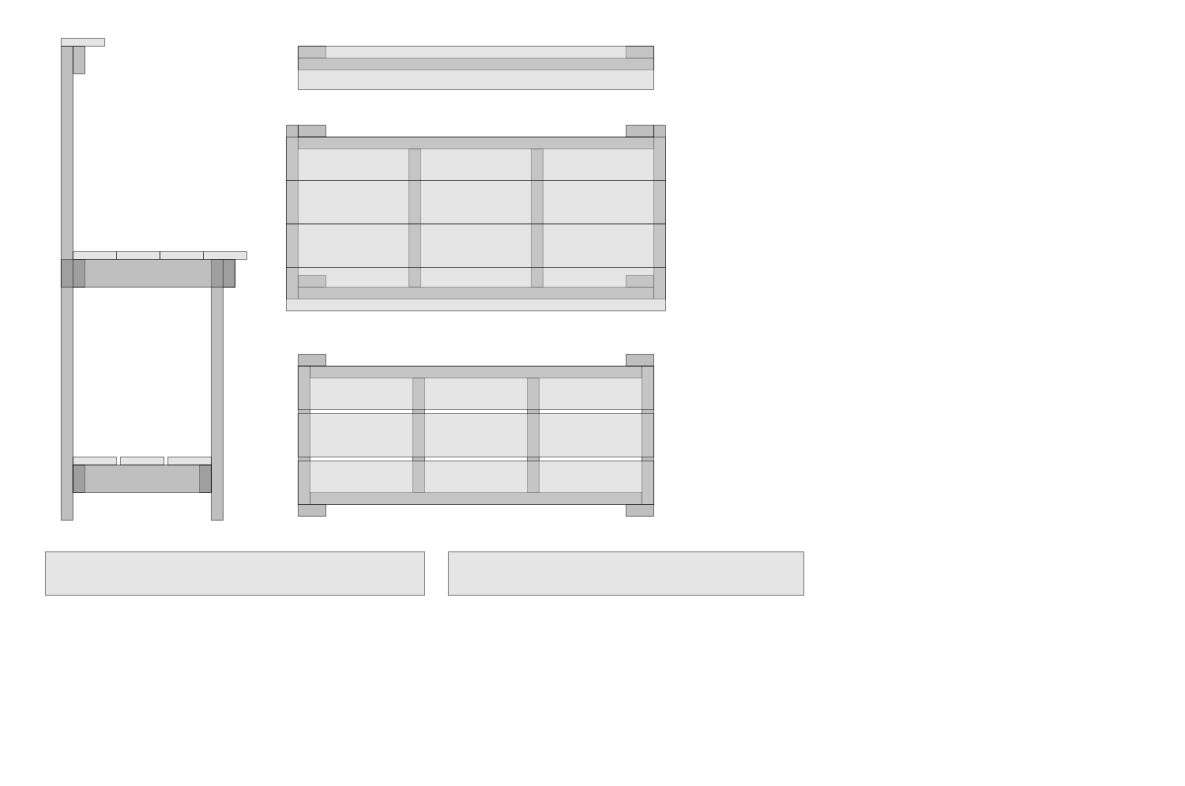
gsteiert/planting-bench keeps this draw.io diagram as plans.drawio. Above is the earlier version. Source tidied: cells renumbered, new cells numbered last; positions are measured from the earlier drawing's top-left corner, leaving out a move shared by most shapes. Both pictures are drawn from the tidied source at 79%, with x=0, y=0 at pixel (45, 38).
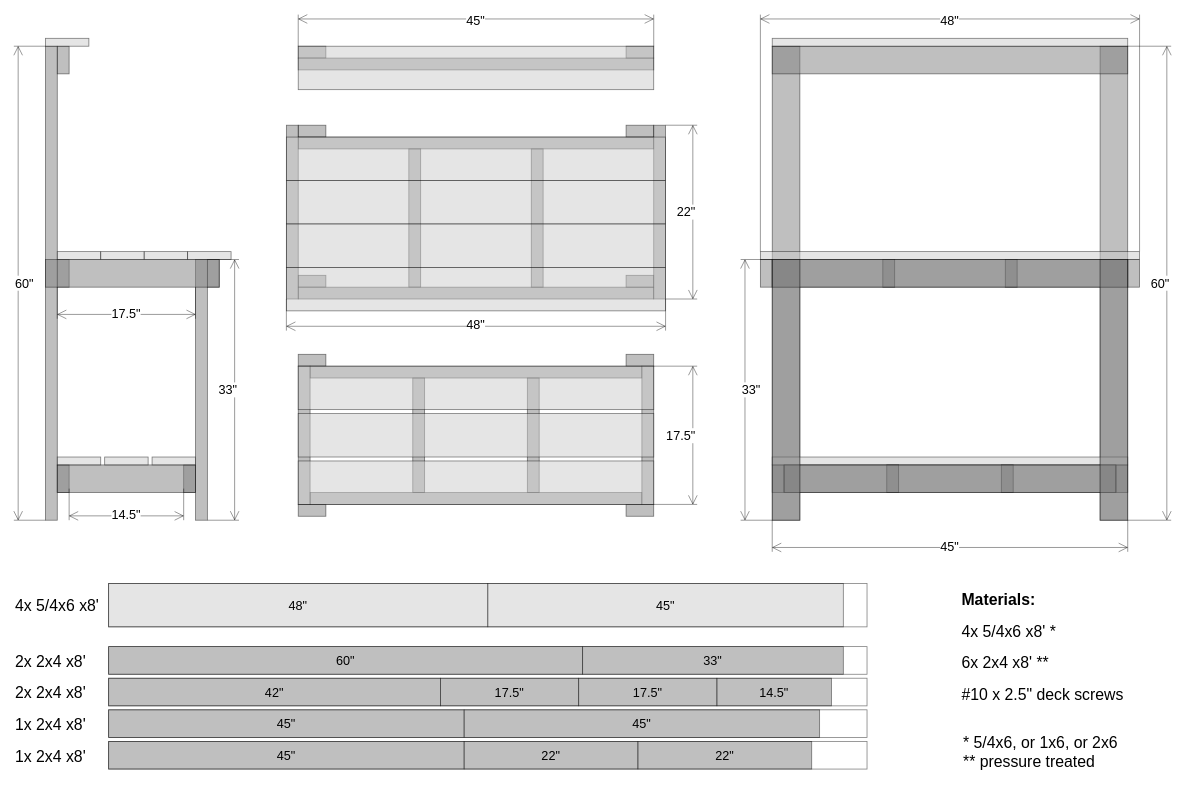
The same page after the edit.

Change to the diagram source:
```diff
@@
+    <mxCell id="52" style="rounded=0;whiteSpace=wrap;html=1;opacity=50;fillColor=#808080;" parent="1" vertex="1">
+      <mxGeometry x="1335" y="10" width="35" height="600" as="geometry" />
+    </mxCell>
+    <mxCell id="53" style="rounded=0;whiteSpace=wrap;html=1;opacity=50;fillColor=#808080;" parent="1" vertex="1">
+      <mxGeometry x="920" y="10" width="35" height="600" as="geometry" />
+    </mxCell>
+    <mxCell id="54" style="rounded=0;whiteSpace=wrap;html=1;opacity=50;fillColor=#808080;" parent="1" vertex="1">
+      <mxGeometry x="935" y="540" width="420" height="35" as="geometry" />
+    </mxCell>
+    <mxCell id="55" style="rounded=0;whiteSpace=wrap;html=1;opacity=50;fillColor=#808080;" parent="1" vertex="1">
+      <mxGeometry x="920" y="280" width="450" height="35" as="geometry" />
+    </mxCell>
     <mxCell id="2" style="rounded=0;whiteSpace=wrap;html=1;opacity=50;fillColor=#808080;" parent="1" vertex="1">
-      <mxGeometry x="20" y="10" width="15" height="600" as="geometry" />
+      <mxGeometry y="10" width="15" height="600" as="geometry" />
     </mxCell>
     <mxCell id="3" style="rounded=0;whiteSpace=wrap;html=1;opacity=50;fillColor=#808080;" parent="1" vertex="1">
-      <mxGeometry x="210" y="280" width="15" height="330" as="geometry" />
+      <mxGeometry x="190" y="280" width="15" height="330" as="geometry" />
     </mxCell>
     <mxCell id="4" style="rounded=0;whiteSpace=wrap;html=1;opacity=50;fillColor=#808080;" parent="1" vertex="1">
-      <mxGeometry x="35" y="10" width="15" height="35" as="geometry" />
+      <mxGeometry x="15" y="10" width="15" height="35" as="geometry" />
     </mxCell>
     <mxCell id="5" style="rounded=0;whiteSpace=wrap;html=1;opacity=50;fillColor=#808080;" parent="1" vertex="1">
-      <mxGeometry x="225" y="280" width="15" height="35" as="geometry" />
+      <mxGeometry x="205" y="280" width="15" height="35" as="geometry" />
     </mxCell>
     <mxCell id="6" style="rounded=0;whiteSpace=wrap;html=1;opacity=50;fillColor=#808080;" parent="1" vertex="1">
-      <mxGeometry x="35" y="280" width="15" height="35" as="geometry" />
+      <mxGeometry x="15" y="280" width="15" height="35" as="geometry" />
     </mxCell>
     <mxCell id="7" style="rounded=0;whiteSpace=wrap;html=1;opacity=50;fillColor=#808080;" parent="1" vertex="1">
-      <mxGeometry x="35" y="540" width="15" height="35" as="geometry" />
+      <mxGeometry x="15" y="540" width="15" height="35" as="geometry" />
     </mxCell>
     <mxCell id="8" style="rounded=0;whiteSpace=wrap;html=1;opacity=50;fillColor=#808080;" parent="1" vertex="1">
-      <mxGeometry x="195" y="540" width="15" height="35" as="geometry" />
+      <mxGeometry x="175" y="540" width="15" height="35" as="geometry" />
     </mxCell>
     <mxCell id="9" style="rounded=0;whiteSpace=wrap;html=1;opacity=50;fillColor=#808080;" parent="1" vertex="1">
-      <mxGeometry x="20" y="280" width="220" height="35" as="geometry" />
+      <mxGeometry y="280" width="220" height="35" as="geometry" />
     </mxCell>
     <mxCell id="10" style="rounded=0;whiteSpace=wrap;html=1;opacity=50;fillColor=#808080;" parent="1" vertex="1">
-      <mxGeometry x="35" y="540" width="175" height="35" as="geometry" />
+      <mxGeometry x="15" y="540" width="175" height="35" as="geometry" />
     </mxCell>
     <mxCell id="11" style="rounded=0;whiteSpace=wrap;html=1;opacity=50;fillColor=#CCCCCC;" parent="1" vertex="1">
-      <mxGeometry x="20" width="55" height="10" as="geometry" />
+      <mxGeometry width="55" height="10" as="geometry" />
     </mxCell>
     <mxCell id="12" style="rounded=0;whiteSpace=wrap;html=1;opacity=50;fillColor=#CCCCCC;" parent="1" vertex="1">
-      <mxGeometry x="35" y="270" width="55" height="10" as="geometry" />
+      <mxGeometry x="15" y="270" width="55" height="10" as="geometry" />
     </mxCell>
     <mxCell id="13" style="rounded=0;whiteSpace=wrap;html=1;opacity=50;fillColor=#CCCCCC;" parent="1" vertex="1">
-      <mxGeometry x="90" y="270" width="55" height="10" as="geometry" />
+      <mxGeometry x="70" y="270" width="55" height="10" as="geometry" />
     </mxCell>
     <mxCell id="14" style="rounded=0;whiteSpace=wrap;html=1;opacity=50;fillColor=#CCCCCC;" parent="1" vertex="1">
-      <mxGeometry x="145" y="270" width="55" height="10" as="geometry" />
+      <mxGeometry x="125" y="270" width="55" height="10" as="geometry" />
     </mxCell>
     <mxCell id="15" style="rounded=0;whiteSpace=wrap;html=1;opacity=50;fillColor=#CCCCCC;" parent="1" vertex="1">
-      <mxGeometry x="200" y="270" width="55" height="10" as="geometry" />
+      <mxGeometry x="180" y="270" width="55" height="10" as="geometry" />
     </mxCell>
     <mxCell id="16" style="rounded=0;whiteSpace=wrap;html=1;opacity=50;fillColor=#CCCCCC;" parent="1" vertex="1">
-      <mxGeometry x="35" y="530" width="55" height="10" as="geometry" />
+      <mxGeometry x="15" y="530" width="55" height="10" as="geometry" />
     </mxCell>
     <mxCell id="17" style="rounded=0;whiteSpace=wrap;html=1;opacity=50;fillColor=#CCCCCC;" parent="1" vertex="1">
-      <mxGeometry x="95" y="530" width="55" height="10" as="geometry" />
+      <mxGeometry x="75" y="530" width="55" height="10" as="geometry" />
     </mxCell>
     <mxCell id="18" style="rounded=0;whiteSpace=wrap;html=1;opacity=50;fillColor=#CCCCCC;" parent="1" vertex="1">
-      <mxGeometry x="155" y="530" width="55" height="10" as="geometry" />
+      <mxGeometry x="135" y="530" width="55" height="10" as="geometry" />
     </mxCell>
@@
+    <mxCell id="56" style="rounded=0;whiteSpace=wrap;html=1;opacity=50;fillColor=#808080;" parent="1" vertex="1">
+      <mxGeometry x="920" y="10" width="450" height="35" as="geometry" />
+    </mxCell>
+    <mxCell id="57" style="rounded=0;whiteSpace=wrap;html=1;opacity=50;fillColor=#808080;" parent="1" vertex="1">
+      <mxGeometry x="1370" y="280" width="15" height="35" as="geometry" />
+    </mxCell>
+    <mxCell id="58" style="rounded=0;whiteSpace=wrap;html=1;opacity=50;fillColor=#808080;" parent="1" vertex="1">
+      <mxGeometry x="905" y="280" width="15" height="35" as="geometry" />
+    </mxCell>
+    <mxCell id="59" style="rounded=0;whiteSpace=wrap;html=1;opacity=50;fillColor=#808080;" parent="1" vertex="1">
+      <mxGeometry x="920" y="540" width="15" height="35" as="geometry" />
+    </mxCell>
+    <mxCell id="60" style="rounded=0;whiteSpace=wrap;html=1;opacity=50;fillColor=#808080;" parent="1" vertex="1">
+      <mxGeometry x="1355" y="540" width="15" height="35" as="geometry" />
+    </mxCell>
+    <mxCell id="61" style="rounded=0;whiteSpace=wrap;html=1;opacity=50;fillColor=#CCCCCC;" parent="1" vertex="1">
+      <mxGeometry x="920" width="450" height="10" as="geometry" />
+    </mxCell>
+    <mxCell id="62" style="rounded=0;whiteSpace=wrap;html=1;opacity=50;fillColor=#CCCCCC;" parent="1" vertex="1">
+      <mxGeometry x="905" y="270" width="480" height="10" as="geometry" />
+    </mxCell>
+    <mxCell id="63" style="rounded=0;whiteSpace=wrap;html=1;opacity=50;fillColor=#CCCCCC;" parent="1" vertex="1">
+      <mxGeometry x="920" y="530" width="450" height="10" as="geometry" />
+    </mxCell>
+    <mxCell id="64" style="rounded=0;whiteSpace=wrap;html=1;opacity=50;fillColor=#808080;" parent="1" vertex="1">
+      <mxGeometry x="1065" y="540" width="15" height="35" as="geometry" />
+    </mxCell>
+    <mxCell id="65" style="rounded=0;whiteSpace=wrap;html=1;opacity=50;fillColor=#808080;" parent="1" vertex="1">
+      <mxGeometry x="1210" y="540" width="15" height="35" as="geometry" />
+    </mxCell>
+    <mxCell id="66" style="rounded=0;whiteSpace=wrap;html=1;opacity=50;fillColor=#808080;" parent="1" vertex="1">
+      <mxGeometry x="1060" y="280" width="15" height="35" as="geometry" />
+    </mxCell>
+    <mxCell id="67" style="rounded=0;whiteSpace=wrap;html=1;opacity=50;fillColor=#808080;" parent="1" vertex="1">
+      <mxGeometry x="1215" y="280" width="15" height="35" as="geometry" />
+    </mxCell>
+    <mxCell id="68" style="rounded=0;whiteSpace=wrap;html=1;opacity=50;fillColor=#808080;" parent="1" vertex="1">
+      <mxGeometry x="920" y="280" width="450" height="35" as="geometry" />
+    </mxCell>
+    <mxCell id="69" style="rounded=0;whiteSpace=wrap;html=1;opacity=50;fillColor=#808080;" parent="1" vertex="1">
+      <mxGeometry x="935" y="540" width="420" height="35" as="geometry" />
+    </mxCell>
+    <mxCell id="70" style="rounded=0;whiteSpace=wrap;html=1;opacity=50;fillColor=#808080;" parent="1" vertex="1">
+      <mxGeometry x="1335" y="280" width="35" height="330" as="geometry" />
+    </mxCell>
+    <mxCell id="71" style="rounded=0;whiteSpace=wrap;html=1;opacity=50;fillColor=#808080;" parent="1" vertex="1">
+      <mxGeometry x="920" y="280" width="35" height="330" as="geometry" />
+    </mxCell>
+    <mxCell id="72" value="Materials:" style="text;html=1;strokeColor=none;fillColor=none;align=left;verticalAlign=middle;whiteSpace=wrap;rounded=0;opacity=50;fontSize=20;fontStyle=1;" parent="1" vertex="1">
+      <mxGeometry x="1157.5" y="690" width="240" height="40" as="geometry" />
+    </mxCell>
+    <mxCell id="73" value="4x 5/4x6 x8' *" style="text;html=1;strokeColor=none;fillColor=none;align=left;verticalAlign=middle;whiteSpace=wrap;rounded=0;opacity=50;fontSize=20;fontStyle=0;" parent="1" vertex="1">
+      <mxGeometry x="1157.5" y="730" width="240" height="40" as="geometry" />
+    </mxCell>
+    <mxCell id="74" value="6x 2x4 x8' **" style="text;html=1;strokeColor=none;fillColor=none;align=left;verticalAlign=middle;whiteSpace=wrap;rounded=0;opacity=50;fontSize=20;fontStyle=0;" parent="1" vertex="1">
+      <mxGeometry x="1157.5" y="770" width="240" height="40" as="geometry" />
+    </mxCell>
+    <mxCell id="75" value="#10 x 2.5&quot; deck screws" style="text;html=1;strokeColor=none;fillColor=none;align=left;verticalAlign=middle;whiteSpace=wrap;rounded=0;opacity=50;fontSize=20;fontStyle=0;" parent="1" vertex="1">
+      <mxGeometry x="1157.5" y="810" width="235" height="40" as="geometry" />
+    </mxCell>
+    <mxCell id="76" value="&lt;div&gt;* 5/4x6, or 1x6, or 2x6&lt;/div&gt;&lt;div&gt;** pressure treated&lt;br&gt;&lt;/div&gt;" style="text;html=1;strokeColor=none;fillColor=none;align=left;verticalAlign=bottom;whiteSpace=wrap;rounded=0;opacity=50;fontSize=20;fontStyle=0;" parent="1" vertex="1">
+      <mxGeometry x="1160" y="850" width="240" height="80" as="geometry" />
+    </mxCell>
+    <mxCell id="77" value="33&quot;" style="shape=dimension;direction=north;whiteSpace=wrap;html=1;align=right;verticalAlign=middle;labelBackgroundColor=#ffffff;fillColor=none;fontSize=16;opacity=50;" parent="1" vertex="1">
+      <mxGeometry x="205" y="280" width="40" height="330" as="geometry" />
+    </mxCell>
+    <mxCell id="78" value="60&quot;" style="shape=dimension;direction=south;whiteSpace=wrap;html=1;align=left;verticalAlign=middle;labelBackgroundColor=#ffffff;fillColor=none;fontSize=16;opacity=50;" parent="1" vertex="1">
+      <mxGeometry x="-40" y="10" width="40" height="600" as="geometry" />
+    </mxCell>
+    <mxCell id="79" value="22&quot;" style="shape=dimension;direction=north;whiteSpace=wrap;html=1;align=right;verticalAlign=middle;labelBackgroundColor=#ffffff;fillColor=none;fontSize=16;opacity=50;" parent="1" vertex="1">
+      <mxGeometry x="785" y="110" width="40" height="220" as="geometry" />
+    </mxCell>
+    <mxCell id="80" value="48&quot;" style="shape=dimension;whiteSpace=wrap;html=1;align=center;verticalAlign=bottom;spacingBottom=-5;labelBackgroundColor=#ffffff;fillColor=none;fontSize=16;opacity=50;" parent="1" vertex="1">
+      <mxGeometry x="305" y="330" width="480" height="40" as="geometry" />
+    </mxCell>
+    <mxCell id="81" value="45&quot;" style="shape=dimension;direction=west;whiteSpace=wrap;html=1;align=center;verticalAlign=top;spacingTop=-8;labelBackgroundColor=#ffffff;fillColor=none;fontSize=16;opacity=50;" parent="1" vertex="1">
+      <mxGeometry x="320" y="-30" width="450" height="40" as="geometry" />
+    </mxCell>
+    <mxCell id="82" value="17.5&quot;" style="shape=dimension;direction=north;whiteSpace=wrap;html=1;align=right;verticalAlign=middle;labelBackgroundColor=#ffffff;fillColor=none;fontSize=16;opacity=50;" parent="1" vertex="1">
+      <mxGeometry x="770" y="415" width="55" height="175" as="geometry" />
+    </mxCell>
+    <mxCell id="83" value="17.5&quot;" style="shape=dimension;whiteSpace=wrap;html=1;align=center;verticalAlign=bottom;spacingBottom=-5;labelBackgroundColor=#ffffff;fillColor=none;fontSize=16;opacity=50;" parent="1" vertex="1">
+      <mxGeometry x="15" y="315" width="175" height="40" as="geometry" />
+    </mxCell>
+    <mxCell id="84" value="14.5&quot;" style="shape=dimension;whiteSpace=wrap;html=1;align=center;verticalAlign=bottom;spacingBottom=-5;labelBackgroundColor=#ffffff;fillColor=none;fontSize=16;opacity=50;" parent="1" vertex="1">
+      <mxGeometry x="30" y="570" width="145" height="40" as="geometry" />
+    </mxCell>
+    <mxCell id="85" value="48&quot;" style="shape=dimension;direction=west;whiteSpace=wrap;html=1;align=center;verticalAlign=top;spacingTop=-8;labelBackgroundColor=#ffffff;fillColor=none;fontSize=16;opacity=50;" parent="1" vertex="1">
+      <mxGeometry x="905" y="-30" width="480" height="300" as="geometry" />
+    </mxCell>
+    <mxCell id="86" value="60&quot;" style="shape=dimension;direction=north;whiteSpace=wrap;html=1;align=right;verticalAlign=middle;labelBackgroundColor=#ffffff;fillColor=none;fontSize=16;opacity=50;" parent="1" vertex="1">
+      <mxGeometry x="1370" y="10" width="55" height="600" as="geometry" />
+    </mxCell>
+    <mxCell id="87" value="33&quot;" style="shape=dimension;direction=south;whiteSpace=wrap;html=1;align=left;verticalAlign=middle;labelBackgroundColor=#ffffff;fillColor=none;fontSize=16;opacity=50;" parent="1" vertex="1">
+      <mxGeometry x="880" y="280" width="40" height="330" as="geometry" />
+    </mxCell>
+    <mxCell id="88" value="45&quot;" style="shape=dimension;whiteSpace=wrap;html=1;align=center;verticalAlign=bottom;spacingBottom=-5;labelBackgroundColor=#ffffff;fillColor=none;fontSize=16;opacity=50;" parent="1" vertex="1">
+      <mxGeometry x="920" y="610" width="450" height="40" as="geometry" />
+    </mxCell>
+    <mxCell id="89" style="group;" parent="1" vertex="1">
+      <mxGeometry x="-40" y="690" width="1080" height="235" as="geometry" />
+    </mxCell>
-    <mxCell id="50" style="rounded=0;whiteSpace=wrap;html=1;opacity=50;fillColor=#CCCCCC;" parent="1" vertex="1">
-      <mxGeometry y="650" width="480" height="55" as="geometry" />
+    <mxCell id="50" value="48&quot;" style="rounded=0;whiteSpace=wrap;html=1;opacity=50;fillColor=#CCCCCC;fontSize=16;" parent="89" vertex="1">
+      <mxGeometry x="120" width="480" height="55" as="geometry" />
     </mxCell>
-    <mxCell id="51" style="rounded=0;whiteSpace=wrap;html=1;opacity=50;fillColor=#CCCCCC;" parent="1" vertex="1">
-      <mxGeometry x="510" y="650" width="450" height="55" as="geometry" />
+    <mxCell id="51" value="45&quot;" style="rounded=0;whiteSpace=wrap;html=1;opacity=50;fillColor=#CCCCCC;fontSize=16;" parent="89" vertex="1">
+      <mxGeometry x="600" width="450" height="55" as="geometry" />
     </mxCell>
+    <mxCell id="90" value="45&quot;" style="rounded=0;whiteSpace=wrap;html=1;opacity=50;fillColor=#808080;fontSize=16;" parent="89" vertex="1">
+      <mxGeometry x="120" y="160" width="450" height="35" as="geometry" />
+    </mxCell>
+    <mxCell id="91" value="60&quot;" style="rounded=0;whiteSpace=wrap;html=1;opacity=50;fillColor=#808080;fontSize=16;" parent="89" vertex="1">
+      <mxGeometry x="120" y="80" width="600" height="35" as="geometry" />
+    </mxCell>
+    <mxCell id="92" value="42&quot;" style="rounded=0;whiteSpace=wrap;html=1;opacity=50;fillColor=#808080;fontSize=16;" parent="89" vertex="1">
+      <mxGeometry x="120" y="120" width="420" height="35" as="geometry" />
+    </mxCell>
+    <mxCell id="93" value="33&quot;" style="rounded=0;whiteSpace=wrap;html=1;opacity=50;fillColor=#808080;fontSize=16;" parent="89" vertex="1">
+      <mxGeometry x="720" y="80" width="330" height="35" as="geometry" />
+    </mxCell>
+    <mxCell id="94" value="17.5&quot;" style="rounded=0;whiteSpace=wrap;html=1;opacity=50;fillColor=#808080;fontSize=16;" parent="89" vertex="1">
+      <mxGeometry x="540" y="120" width="175" height="35" as="geometry" />
+    </mxCell>
+    <mxCell id="95" value="17.5&quot;" style="rounded=0;whiteSpace=wrap;html=1;opacity=50;fillColor=#808080;fontSize=16;" parent="89" vertex="1">
+      <mxGeometry x="715" y="120" width="175" height="35" as="geometry" />
+    </mxCell>
+    <mxCell id="96" value="14.5&quot;" style="rounded=0;whiteSpace=wrap;html=1;opacity=50;fillColor=#808080;fontSize=16;" parent="89" vertex="1">
+      <mxGeometry x="890" y="120" width="145" height="35" as="geometry" />
+    </mxCell>
+    <mxCell id="97" value="45&quot;" style="rounded=0;whiteSpace=wrap;html=1;opacity=50;fillColor=#808080;fontSize=16;" parent="89" vertex="1">
+      <mxGeometry x="570" y="160" width="450" height="35" as="geometry" />
+    </mxCell>
+    <mxCell id="98" value="45&quot;" style="rounded=0;whiteSpace=wrap;html=1;opacity=50;fillColor=#808080;fontSize=16;" parent="89" vertex="1">
+      <mxGeometry x="120" y="200" width="450" height="35" as="geometry" />
+    </mxCell>
+    <mxCell id="99" value="22&quot;" style="rounded=0;whiteSpace=wrap;html=1;opacity=50;fillColor=#808080;fontSize=16;" parent="89" vertex="1">
+      <mxGeometry x="570" y="200" width="220" height="35" as="geometry" />
+    </mxCell>
+    <mxCell id="100" value="22&quot;" style="rounded=0;whiteSpace=wrap;html=1;opacity=50;fillColor=#808080;fontSize=16;" parent="89" vertex="1">
+      <mxGeometry x="790" y="200" width="220" height="35" as="geometry" />
+    </mxCell>
+    <mxCell id="101" value="4x 5/4x6 x8'" style="text;html=1;strokeColor=none;fillColor=none;align=left;verticalAlign=middle;whiteSpace=wrap;rounded=0;opacity=50;fontSize=20;fontStyle=0;" parent="89" vertex="1">
+      <mxGeometry width="120" height="55" as="geometry" />
+    </mxCell>
+    <mxCell id="102" value="2x 2x4 x8'" style="text;html=1;strokeColor=none;fillColor=none;align=left;verticalAlign=middle;whiteSpace=wrap;rounded=0;opacity=50;fontSize=20;fontStyle=0;" parent="89" vertex="1">
+      <mxGeometry y="80" width="120" height="35" as="geometry" />
+    </mxCell>
+    <mxCell id="103" value="2x 2x4 x8'" style="text;html=1;strokeColor=none;fillColor=none;align=left;verticalAlign=middle;whiteSpace=wrap;rounded=0;opacity=50;fontSize=20;fontStyle=0;" parent="89" vertex="1">
+      <mxGeometry y="120" width="120" height="35" as="geometry" />
+    </mxCell>
+    <mxCell id="104" value="1x 2x4 x8'" style="text;html=1;strokeColor=none;fillColor=none;align=left;verticalAlign=middle;whiteSpace=wrap;rounded=0;opacity=50;fontSize=20;fontStyle=0;" parent="89" vertex="1">
+      <mxGeometry y="160" width="120" height="35" as="geometry" />
+    </mxCell>
+    <mxCell id="105" value="1x 2x4 x8'" style="text;html=1;strokeColor=none;fillColor=none;align=left;verticalAlign=middle;whiteSpace=wrap;rounded=0;opacity=50;fontSize=20;fontStyle=0;" parent="89" vertex="1">
+      <mxGeometry y="200" width="120" height="35" as="geometry" />
+    </mxCell>
+    <mxCell id="106" style="rounded=0;whiteSpace=wrap;html=1;opacity=50;fillColor=none;fontSize=16;" parent="89" vertex="1">
+      <mxGeometry x="120" width="960" height="55" as="geometry" />
+    </mxCell>
+    <mxCell id="107" style="rounded=0;whiteSpace=wrap;html=1;opacity=50;fillColor=none;fontSize=16;" parent="89" vertex="1">
+      <mxGeometry x="120" y="80" width="960" height="35" as="geometry" />
+    </mxCell>
+    <mxCell id="108" style="rounded=0;whiteSpace=wrap;html=1;opacity=50;fillColor=none;fontSize=16;" parent="89" vertex="1">
+      <mxGeometry x="120" y="120" width="960" height="35" as="geometry" />
+    </mxCell>
+    <mxCell id="109" style="rounded=0;whiteSpace=wrap;html=1;opacity=50;fillColor=none;fontSize=16;" parent="89" vertex="1">
+      <mxGeometry x="120" y="160" width="960" height="35" as="geometry" />
+    </mxCell>
+    <mxCell id="110" style="rounded=0;whiteSpace=wrap;html=1;opacity=50;fillColor=none;fontSize=16;" parent="89" vertex="1">
+      <mxGeometry x="120" y="200" width="960" height="35" as="geometry" />
+    </mxCell>
```
